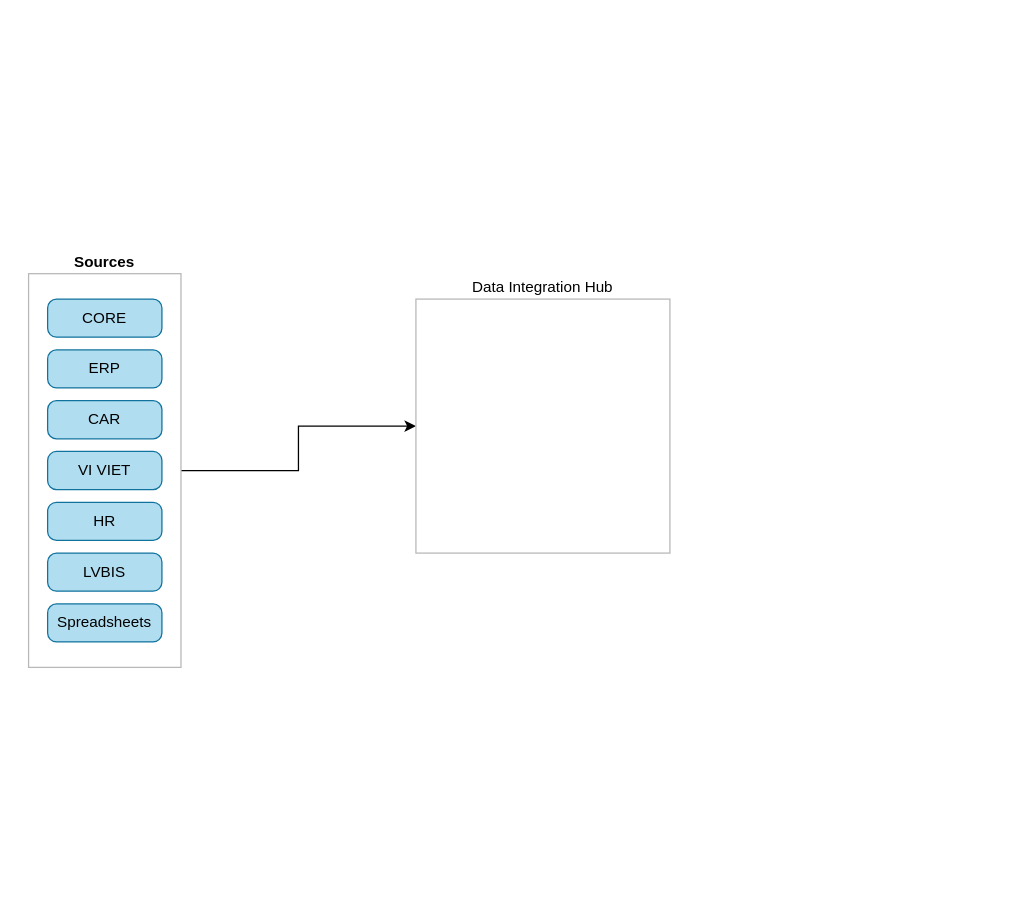
Earlier version of the draw.io diagram Data Hub.drawio (uyennt01/Project1). Source tidied: cells renumbered, new cells numbered last; positions are measured from the earlier drawing's top-left corner, leaving out a move shared by most shapes. Both pictures are drawn from the tidied source at 127%, with x=0, y=0 at pixel (28, 273).
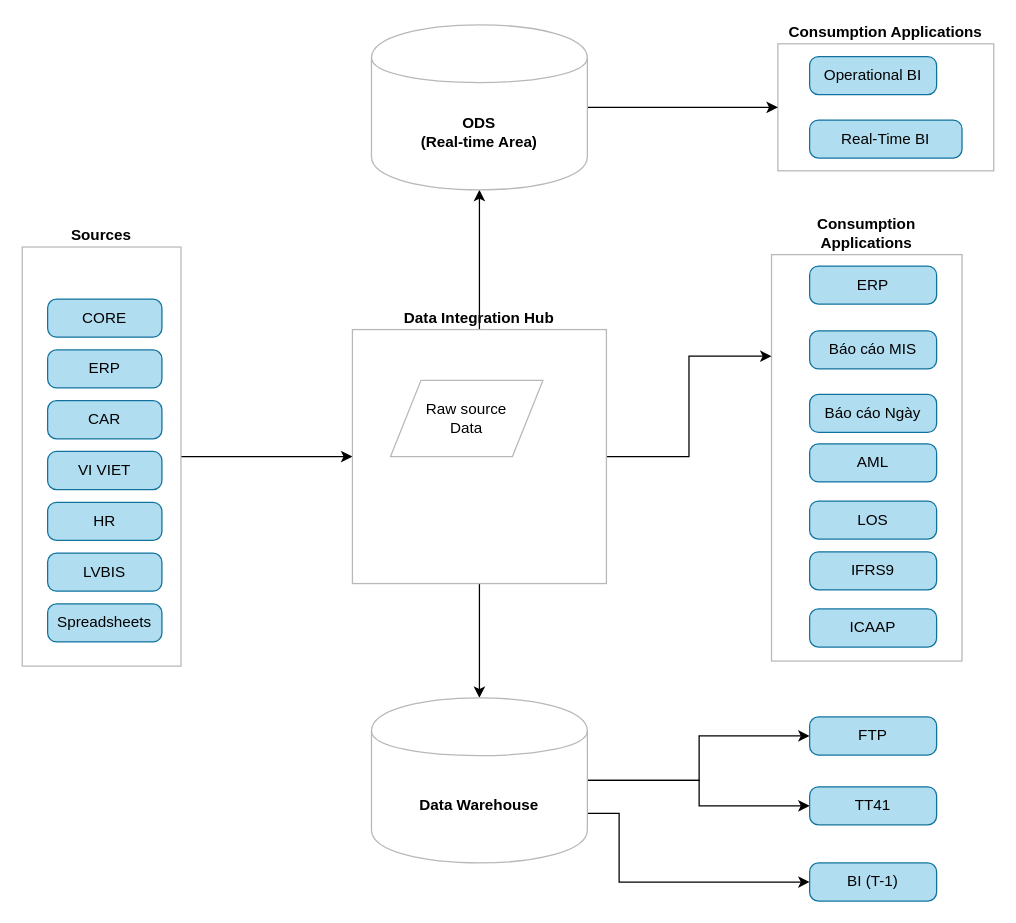
After the change.

The edit, as a diff of the source:
```diff
@@
+    <mxCell id="12" value="Consumption Applications" style="rounded=0;whiteSpace=wrap;html=1;strokeColor=#B8B8B8;labelPosition=center;verticalLabelPosition=top;align=center;verticalAlign=bottom;fontStyle=1;" parent="1" vertex="1">
+      <mxGeometry x="590" y="-181" width="170" height="100" as="geometry" />
+    </mxCell>
+    <mxCell id="13" value="Consumption Applications" style="rounded=0;whiteSpace=wrap;html=1;strokeColor=#B8B8B8;labelPosition=center;verticalLabelPosition=top;align=center;verticalAlign=bottom;fontStyle=1;" parent="1" vertex="1">
+      <mxGeometry x="585" y="-15" width="150" height="320" as="geometry" />
+    </mxCell>
@@
     <mxCell id="3" value="Sources" style="rounded=0;whiteSpace=wrap;html=1;strokeColor=#B8B8B8;labelPosition=center;verticalLabelPosition=top;align=center;verticalAlign=bottom;fontStyle=1;" parent="1" vertex="1">
-      <mxGeometry width="120" height="310" as="geometry" />
+      <mxGeometry x="-5" y="-21" width="125" height="330" as="geometry" />
     </mxCell>
+    <mxCell id="14" style="edgeStyle=orthogonalEdgeStyle;rounded=0;jettySize=auto;html=1;" parent="1" edge="1" source="4" target="20">
+      <mxGeometry relative="1" as="geometry" />
+    </mxCell>
+    <mxCell id="15" style="edgeStyle=orthogonalEdgeStyle;rounded=0;jettySize=auto;html=1;" parent="1" edge="1" source="4" target="22">
+      <mxGeometry relative="1" as="geometry" />
+    </mxCell>
+    <mxCell id="16" style="edgeStyle=orthogonalEdgeStyle;rounded=0;jettySize=auto;html=1;entryX=0;entryY=0.25;entryDx=0;entryDy=0;" parent="1" edge="1" source="4" target="13">
+      <mxGeometry relative="1" as="geometry" />
+    </mxCell>
-    <mxCell id="4" value="Data Integration Hub" style="whiteSpace=wrap;html=1;strokeColor=#B8B8B8;labelPosition=center;verticalLabelPosition=top;align=center;verticalAlign=bottom;" parent="1" vertex="1">
-      <mxGeometry x="305" y="20" width="200" height="200" as="geometry" />
+    <mxCell id="4" value="Data Integration Hub" style="whiteSpace=wrap;html=1;strokeColor=#B8B8B8;labelPosition=center;verticalLabelPosition=top;align=center;verticalAlign=bottom;fontStyle=1;" parent="1" vertex="1">
+      <mxGeometry x="255" y="44" width="200" height="200" as="geometry" />
     </mxCell>
@@
+    <mxCell id="17" style="edgeStyle=orthogonalEdgeStyle;rounded=0;jettySize=auto;html=1;" parent="1" edge="1" source="20" target="25">
+      <mxGeometry relative="1" as="geometry">
+        <Array as="points">
+          <mxPoint x="528" y="399" />
+          <mxPoint x="528" y="419" />
+        </Array>
+      </mxGeometry>
+    </mxCell>
+    <mxCell id="18" style="edgeStyle=orthogonalEdgeStyle;rounded=0;jettySize=auto;html=1;entryX=0;entryY=0.5;entryDx=0;entryDy=0;exitX=1;exitY=0.7;exitDx=0;exitDy=0;" parent="1" edge="1" source="20" target="32">
+      <mxGeometry relative="1" as="geometry">
+        <Array as="points">
+          <mxPoint x="465" y="425" />
+          <mxPoint x="465" y="479" />
+        </Array>
+      </mxGeometry>
+    </mxCell>
+    <mxCell id="19" style="edgeStyle=orthogonalEdgeStyle;rounded=0;jettySize=auto;html=1;exitX=1;exitY=0.3;exitDx=0;exitDy=0;" parent="1" edge="1" source="20" target="24">
+      <mxGeometry relative="1" as="geometry">
+        <Array as="points">
+          <mxPoint x="440" y="399" />
+          <mxPoint x="528" y="399" />
+          <mxPoint x="528" y="364" />
+        </Array>
+      </mxGeometry>
+    </mxCell>
+    <mxCell id="20" value="Data Warehouse" style="shape=cylinder;whiteSpace=wrap;html=1;boundedLbl=1;backgroundOutline=1;strokeColor=#B8B8B8;fontStyle=1;" parent="1" vertex="1">
+      <mxGeometry x="270" y="334" width="170" height="130" as="geometry" />
+    </mxCell>
+    <mxCell id="21" style="edgeStyle=orthogonalEdgeStyle;rounded=0;jettySize=auto;html=1;entryX=0;entryY=0.5;entryDx=0;entryDy=0;" parent="1" edge="1" source="22" target="12">
+      <mxGeometry relative="1" as="geometry" />
+    </mxCell>
+    <mxCell id="22" value="&lt;div&gt;ODS&lt;/div&gt;&lt;div&gt;(Real-time Area)&lt;br&gt;&lt;/div&gt;" style="shape=cylinder;whiteSpace=wrap;html=1;boundedLbl=1;backgroundOutline=1;strokeColor=#B8B8B8;fontStyle=1;" parent="1" vertex="1">
+      <mxGeometry x="270" y="-196" width="170" height="130" as="geometry" />
+    </mxCell>
+    <mxCell id="23" value="ERP" style="rounded=1;whiteSpace=wrap;html=1;absoluteArcSize=1;arcSize=14;strokeWidth=1;fillColor=#b1ddf0;strokeColor=#10739e;" parent="1" vertex="1">
+      <mxGeometry x="615" y="-6" width="100" height="30" as="geometry" />
+    </mxCell>
+    <mxCell id="24" value="FTP" style="rounded=1;whiteSpace=wrap;html=1;absoluteArcSize=1;arcSize=14;strokeWidth=1;fillColor=#b1ddf0;strokeColor=#10739e;" parent="1" vertex="1">
+      <mxGeometry x="615" y="349" width="100" height="30" as="geometry" />
+    </mxCell>
+    <mxCell id="25" value="TT41" style="rounded=1;whiteSpace=wrap;html=1;absoluteArcSize=1;arcSize=14;strokeWidth=1;fillColor=#b1ddf0;strokeColor=#10739e;" parent="1" vertex="1">
+      <mxGeometry x="615" y="404" width="100" height="30" as="geometry" />
+    </mxCell>
+    <mxCell id="26" value="Báo cáo MIS" style="rounded=1;whiteSpace=wrap;html=1;absoluteArcSize=1;arcSize=14;strokeWidth=1;fillColor=#b1ddf0;strokeColor=#10739e;" parent="1" vertex="1">
+      <mxGeometry x="615" y="45" width="100" height="30" as="geometry" />
+    </mxCell>
+    <mxCell id="27" value="Báo cáo Ngày" style="rounded=1;whiteSpace=wrap;html=1;absoluteArcSize=1;arcSize=14;strokeWidth=1;fillColor=#b1ddf0;strokeColor=#10739e;" parent="1" vertex="1">
+      <mxGeometry x="615" y="95" width="100" height="30" as="geometry" />
+    </mxCell>
+    <mxCell id="28" value="AML" style="rounded=1;whiteSpace=wrap;html=1;absoluteArcSize=1;arcSize=14;strokeWidth=1;fillColor=#b1ddf0;strokeColor=#10739e;" parent="1" vertex="1">
+      <mxGeometry x="615" y="134" width="100" height="30" as="geometry" />
+    </mxCell>
+    <mxCell id="29" value="LOS" style="rounded=1;whiteSpace=wrap;html=1;absoluteArcSize=1;arcSize=14;strokeWidth=1;fillColor=#b1ddf0;strokeColor=#10739e;" parent="1" vertex="1">
+      <mxGeometry x="615" y="179" width="100" height="30" as="geometry" />
+    </mxCell>
+    <mxCell id="30" value="IFRS9" style="rounded=1;whiteSpace=wrap;html=1;absoluteArcSize=1;arcSize=14;strokeWidth=1;fillColor=#b1ddf0;strokeColor=#10739e;" parent="1" vertex="1">
+      <mxGeometry x="615" y="219" width="100" height="30" as="geometry" />
+    </mxCell>
+    <mxCell id="31" value="ICAAP" style="rounded=1;whiteSpace=wrap;html=1;absoluteArcSize=1;arcSize=14;strokeWidth=1;fillColor=#b1ddf0;strokeColor=#10739e;" parent="1" vertex="1">
+      <mxGeometry x="615" y="264" width="100" height="30" as="geometry" />
+    </mxCell>
+    <mxCell id="32" value="BI (T-1)" style="rounded=1;whiteSpace=wrap;html=1;absoluteArcSize=1;arcSize=14;strokeWidth=1;fillColor=#b1ddf0;strokeColor=#10739e;" parent="1" vertex="1">
+      <mxGeometry x="615" y="464" width="100" height="30" as="geometry" />
+    </mxCell>
+    <mxCell id="33" value="Operational BI" style="rounded=1;whiteSpace=wrap;html=1;absoluteArcSize=1;arcSize=14;strokeWidth=1;fillColor=#b1ddf0;strokeColor=#10739e;" parent="1" vertex="1">
+      <mxGeometry x="615" y="-171" width="100" height="30" as="geometry" />
+    </mxCell>
+    <mxCell id="34" value="Real-Time BI" style="rounded=1;whiteSpace=wrap;html=1;absoluteArcSize=1;arcSize=14;strokeWidth=1;fillColor=#b1ddf0;strokeColor=#10739e;" parent="1" vertex="1">
+      <mxGeometry x="615" y="-121" width="120" height="30" as="geometry" />
+    </mxCell>
+    <mxCell id="35" value="&lt;div&gt;Raw source&lt;/div&gt;&lt;div&gt;Data&lt;/div&gt;" style="shape=parallelogram;perimeter=parallelogramPerimeter;whiteSpace=wrap;html=1;strokeColor=#B8B8B8;" parent="1" vertex="1">
+      <mxGeometry x="285" y="84" width="120" height="60" as="geometry" />
+    </mxCell>
```
